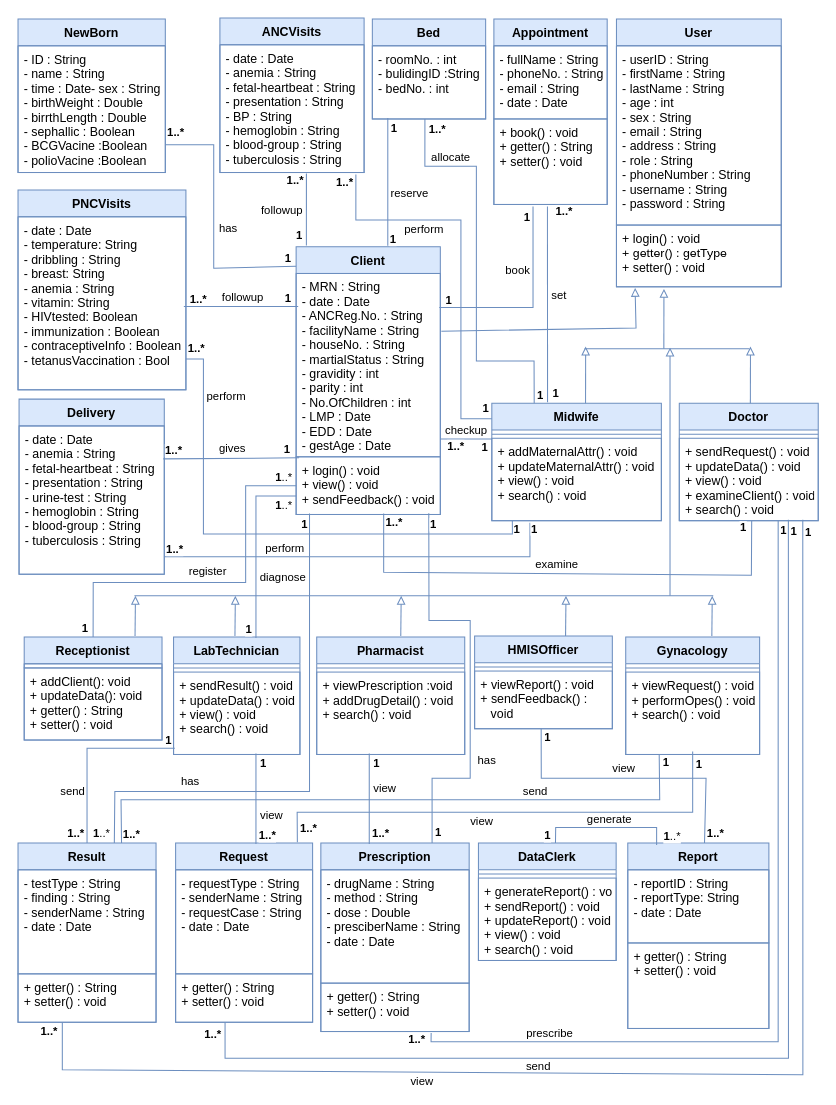
Above: Class Diagram.drawio in fasil712/UML_Diagram_Design (draw.io), before the change. Source tidied: cells renumbered, new cells numbered last; positions are measured from the earlier drawing's top-left corner, leaving out a move shared by most shapes. Both pictures are drawn from the tidied source at 103%, with x=0, y=0 at pixel (18, 18).
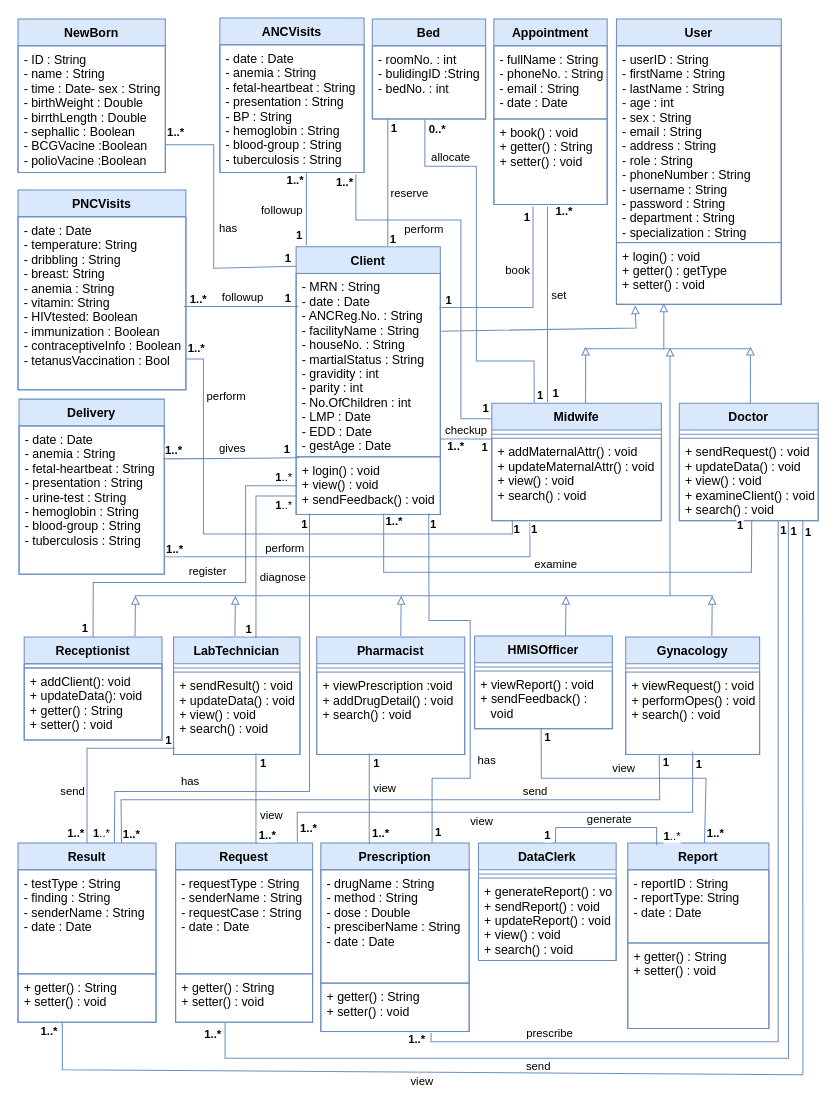
The same diagram, later.

Unchanged cells that the change refers to:
```xml
<mxCell id="169" style="endArrow=none;html=1;rounded=0;strokeWidth=1;fillColor=#dae8fc;strokeColor=#6c8ebf;exitX=0.25;exitY=0;exitDx=0;exitDy=0;entryX=0.464;entryY=1;entryDx=0;entryDy=0;entryPerimeter=0;" parent="1" edge="1" source="28" target="168">
  <mxGeometry relative="1" as="geometry">
    <Array as="points">
      <mxPoint x="501" y="333" />
      <mxPoint x="445" y="333" />
      <mxPoint x="445" y="144" />
      <mxPoint x="395" y="144" />
    </Array>
  </mxGeometry>
</mxCell>
```

The edit, as a diff of the source:
```diff
@@
     <mxCell id="2" value="User" style="swimlane;fontStyle=1;align=center;verticalAlign=top;horizontal=1;startSize=26;strokeWidth=1;spacingTop=0;fontSize=12;strokeColor=#6c8ebf;fillColor=#dae8fc;" parent="1" vertex="1">
-      <mxGeometry x="581" y="1" width="160" height="260" as="geometry" />
+      <mxGeometry x="581" y="1" width="160" height="277" as="geometry" />
     </mxCell>
-    <mxCell id="3" value="- userID : String&#10;- firstName : String&#10;- lastName : String&#10;- age : int&#10;- sex : String&#10;- email : String&#10;- address : String&#10;- role : String&#10;- phoneNumber : String&#10;- username : String&#10;- password : String" style="text;strokeColor=#6C8EBF;fillColor=none;align=left;verticalAlign=top;spacingLeft=4;spacingRight=4;overflow=hidden;strokeWidth=1;spacingTop=0;fontSize=12;" parent="2" vertex="1">
-      <mxGeometry y="26" width="160" height="174" as="geometry" />
+    <mxCell id="3" value="- userID : String&#10;- firstName : String&#10;- lastName : String&#10;- age : int&#10;- sex : String&#10;- email : String&#10;- address : String&#10;- role : String&#10;- phoneNumber : String&#10;- username : String&#10;- password : String&#10;- department : String&#10;- specialization : String&#10;" style="text;strokeColor=#6C8EBF;fillColor=none;align=left;verticalAlign=top;spacingLeft=4;spacingRight=4;overflow=hidden;strokeWidth=1;spacingTop=0;fontSize=12;" parent="2" vertex="1">
+      <mxGeometry y="26" width="160" height="191" as="geometry" />
     </mxCell>
     <mxCell id="4" value="+ login() : void&#10;+ getter() : getType&#10;+ setter() : void" style="text;strokeColor=#6C8EBF;fillColor=none;align=left;verticalAlign=top;spacingLeft=4;spacingRight=4;overflow=hidden;points=[[0,0.5],[1,0.5]];portConstraint=eastwest;strokeWidth=1;spacingTop=0;fontSize=12;" parent="2" vertex="1">
-      <mxGeometry y="200" width="160" height="60" as="geometry" />
+      <mxGeometry y="217" width="160" height="60" as="geometry" />
     </mxCell>
@@
-    <mxCell id="53" style="edgeStyle=none;rounded=0;orthogonalLoop=1;jettySize=auto;html=1;fontSize=11;startArrow=none;startFill=0;endArrow=block;endFill=0;strokeWidth=1;fillColor=#dae8fc;strokeColor=#6c8ebf;entryX=0.513;entryY=1.083;entryDx=0;entryDy=0;entryPerimeter=0;" parent="1" edge="1">
+    <mxCell id="53" style="edgeStyle=none;rounded=0;orthogonalLoop=1;jettySize=auto;html=1;fontSize=11;startArrow=none;startFill=0;endArrow=block;endFill=0;strokeWidth=1;fillColor=#dae8fc;strokeColor=#6c8ebf;" parent="1" edge="1">
       <mxGeometry relative="1" as="geometry">
-        <mxPoint x="627" y="321" as="sourcePoint" />
-        <mxPoint x="627.1" y="263" as="targetPoint" />
+        <mxPoint x="627" y="322" as="sourcePoint" />
+        <mxPoint x="627" y="277" as="targetPoint" />
       </mxGeometry>
     </mxCell>
@@
     <mxCell id="139" style="endArrow=none;html=1;rounded=0;strokeWidth=1;fillColor=#dae8fc;strokeColor=#6c8ebf;exitX=0.521;exitY=1.004;exitDx=0;exitDy=0;exitPerimeter=0;" parent="1" edge="1">
       <mxGeometry relative="1" as="geometry">
         <mxPoint x="712.3" y="488.3" as="sourcePoint" />
         <mxPoint x="355" y="481" as="targetPoint" />
         <Array as="points">
-          <mxPoint x="712" y="541" />
+          <mxPoint x="712" y="538" />
           <mxPoint x="355" y="538" />
         </Array>
       </mxGeometry>
     </mxCell>
@@
-    <mxCell id="172" value="&lt;font style=&quot;font-size: 11px;&quot;&gt;&lt;b&gt;1..*&lt;/b&gt;&lt;/font&gt;" style="edgeLabel;html=1;align=center;verticalAlign=middle;" parent="169" vertex="1">
+    <mxCell id="172" value="&lt;font style=&quot;font-size: 11px;&quot;&gt;&lt;b&gt;0..*&lt;/b&gt;&lt;/font&gt;" style="edgeLabel;html=1;align=center;verticalAlign=middle;" parent="169" vertex="1">
       <mxGeometry x="0.58" y="-3" relative="1" as="geometry">
         <mxPoint x="-23" y="-34" as="offset" />
       </mxGeometry>
     </mxCell>
```
